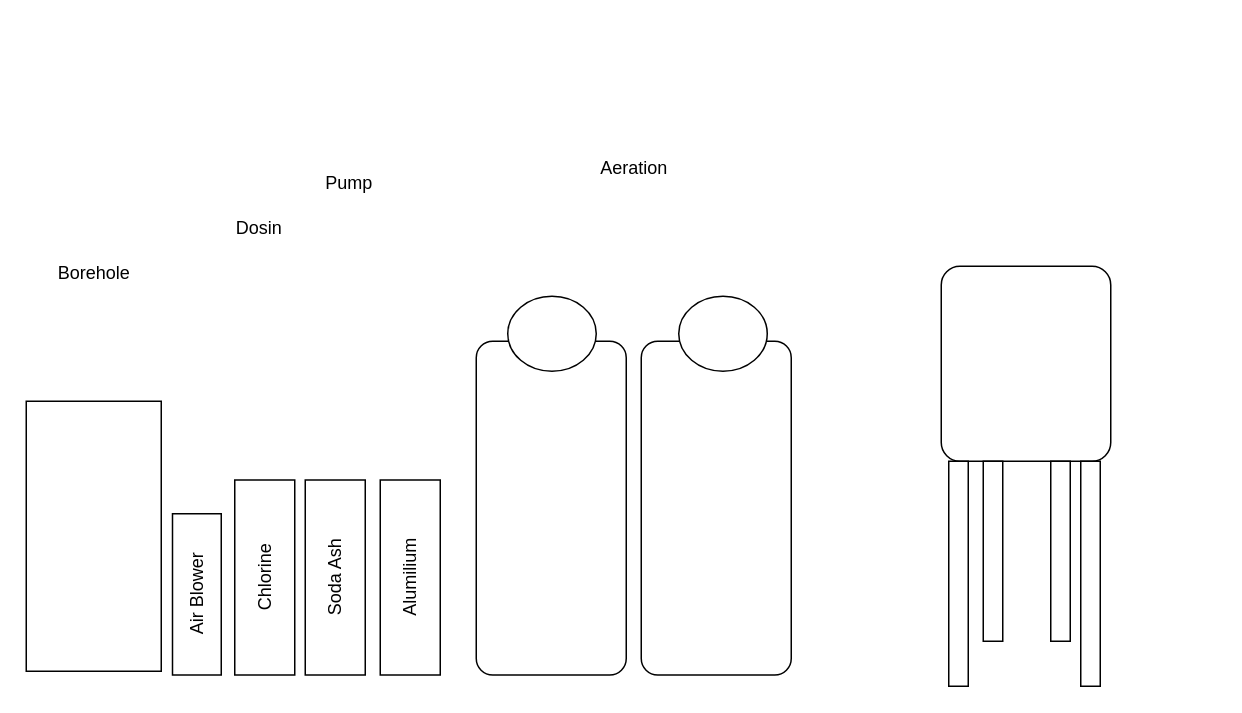
Before: water treatment.drawio in absheriff/charts, a draw.io diagram. Source tidied: cells renumbered, new cells numbered last; positions are measured from the earlier drawing's top-left corner, leaving out a move shared by most shapes. Both pictures are drawn from the tidied source at 150%, with x=0, y=0 at pixel (26, 146).
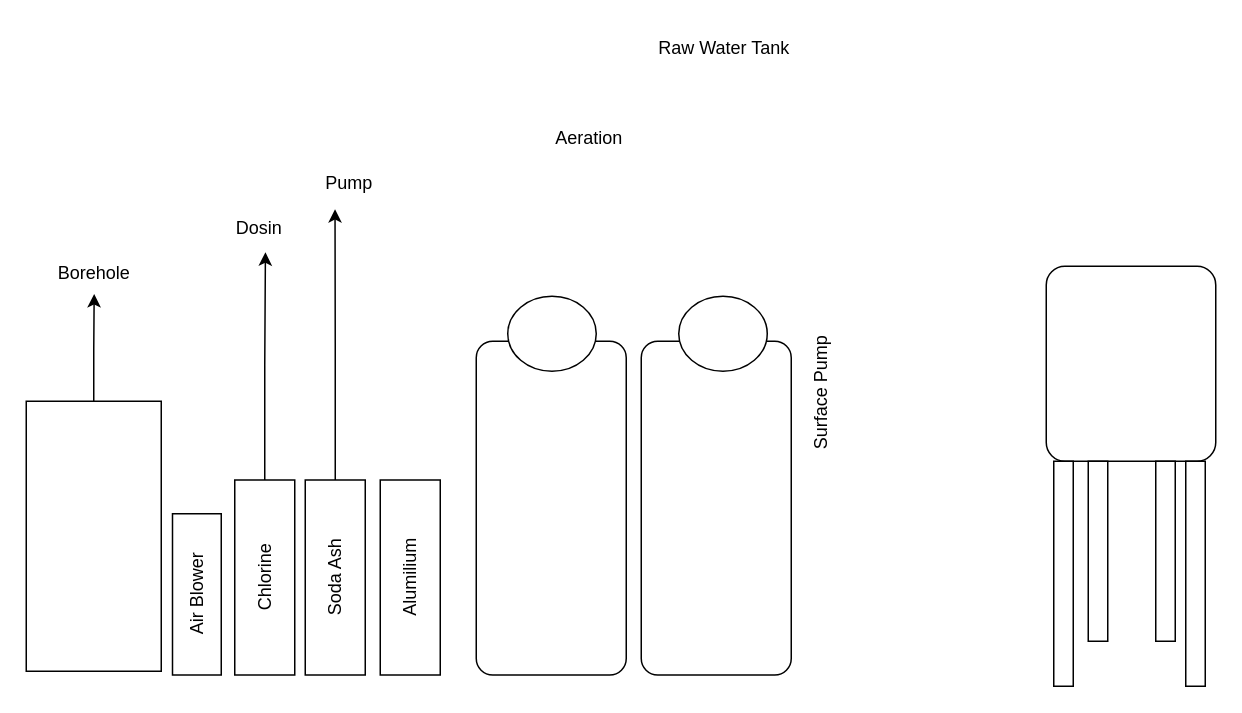
After the change.

Unchanged cells that the change refers to:
```xml
<mxCell id="2" style="rounded=0;whiteSpace=wrap;html=1;" parent="1" vertex="1">
  <mxGeometry y="170" width="90" height="180" as="geometry" />
</mxCell>
<mxCell id="4" value="Chlorine" style="rounded=0;whiteSpace=wrap;html=1;flipV=1;flipH=1;rotation=-90;" parent="1" vertex="1">
  <mxGeometry x="94" y="267.5" width="130" height="40" as="geometry" />
</mxCell>
<mxCell id="5" value="Soda Ash" style="rounded=0;whiteSpace=wrap;html=1;flipV=1;flipH=1;rotation=-90;" parent="1" vertex="1">
  <mxGeometry x="141" y="267.5" width="130" height="40" as="geometry" />
</mxCell>
<mxCell id="16" value="Borehole" style="text;html=1;align=center;verticalAlign=middle;points=[];strokeColor=none;fillColor=none;" parent="1" vertex="1">
  <mxGeometry x="10" y="70" width="70" height="30" as="geometry" />
</mxCell>
<mxCell id="17" value="Dosin" style="text;html=1;align=center;verticalAlign=middle;points=[];strokeColor=none;fillColor=none;" parent="1" vertex="1">
  <mxGeometry x="130" y="40" width="50" height="30" as="geometry" />
</mxCell>
<mxCell id="18" value="Pump" style="text;html=1;align=center;verticalAlign=middle;points=[];strokeColor=none;fillColor=none;" parent="1" vertex="1">
  <mxGeometry x="190" y="10" width="50" height="30" as="geometry" />
</mxCell>
```

What changed in the source:
```diff
@@
     <mxCell id="7" style="rounded=1;whiteSpace=wrap;html=1;arcSize=11;" parent="1" vertex="1">
-      <mxGeometry x="610" y="80" width="113" height="130" as="geometry" />
+      <mxGeometry x="680" y="80" width="113" height="130" as="geometry" />
     </mxCell>
     <mxCell id="8" style="rounded=0;whiteSpace=wrap;html=1;" parent="1" vertex="1">
-      <mxGeometry x="615" y="210" width="13" height="150" as="geometry" />
+      <mxGeometry x="685" y="210" width="13" height="150" as="geometry" />
     </mxCell>
     <mxCell id="9" style="rounded=0;whiteSpace=wrap;html=1;" parent="1" vertex="1">
-      <mxGeometry x="703" y="210" width="13" height="150" as="geometry" />
+      <mxGeometry x="773" y="210" width="13" height="150" as="geometry" />
     </mxCell>
     <mxCell id="10" style="rounded=0;whiteSpace=wrap;html=1;" parent="1" vertex="1">
-      <mxGeometry x="683" y="210" width="13" height="120" as="geometry" />
+      <mxGeometry x="753" y="210" width="13" height="120" as="geometry" />
     </mxCell>
     <mxCell id="11" style="rounded=0;whiteSpace=wrap;html=1;" parent="1" vertex="1">
-      <mxGeometry x="638" y="210" width="13" height="120" as="geometry" />
+      <mxGeometry x="708" y="210" width="13" height="120" as="geometry" />
     </mxCell>
@@
     <mxCell id="19" value="Aeration" style="text;html=1;align=center;verticalAlign=middle;strokeColor=none;fillColor=none;" parent="1" vertex="1">
-      <mxGeometry x="370" width="70" height="30" as="geometry" />
+      <mxGeometry x="340" y="-20" width="70" height="30" as="geometry" />
     </mxCell>
+    <mxCell id="20" value="Raw Water Tank" style="text;html=1;align=center;verticalAlign=middle;strokeColor=none;fillColor=none;" parent="1" vertex="1">
+      <mxGeometry x="409.5" y="-80" width="110" height="30" as="geometry" />
+    </mxCell>
+    <mxCell id="21" value="Surface Pump" style="text;html=1;align=center;verticalAlign=middle;strokeColor=none;fillColor=none;rotation=-90;" parent="1" vertex="1">
+      <mxGeometry x="480" y="150" width="100" height="30" as="geometry" />
+    </mxCell>
+    <mxCell id="22" style="edgeStyle=orthogonalEdgeStyle;rounded=0;jettySize=auto;html=1;exitX=0.5;exitY=0;exitDx=0;exitDy=0;entryX=0.504;entryY=0.948;entryDx=0;entryDy=0;entryPerimeter=0;" parent="1" edge="1" source="2" target="16">
+      <mxGeometry relative="1" as="geometry" />
+    </mxCell>
+    <mxCell id="23" style="edgeStyle=orthogonalEdgeStyle;rounded=0;jettySize=auto;html=1;exitX=1;exitY=0.5;exitDx=0;exitDy=0;entryX=0.589;entryY=1.022;entryDx=0;entryDy=0;entryPerimeter=0;" parent="1" edge="1" source="4" target="17">
+      <mxGeometry relative="1" as="geometry" />
+    </mxCell>
+    <mxCell id="24" style="edgeStyle=orthogonalEdgeStyle;rounded=0;jettySize=auto;html=1;exitX=1;exitY=0.5;exitDx=0;exitDy=0;entryX=0.317;entryY=1.064;entryDx=0;entryDy=0;entryPerimeter=0;" parent="1" edge="1" source="5" target="18">
+      <mxGeometry relative="1" as="geometry" />
+    </mxCell>
```
